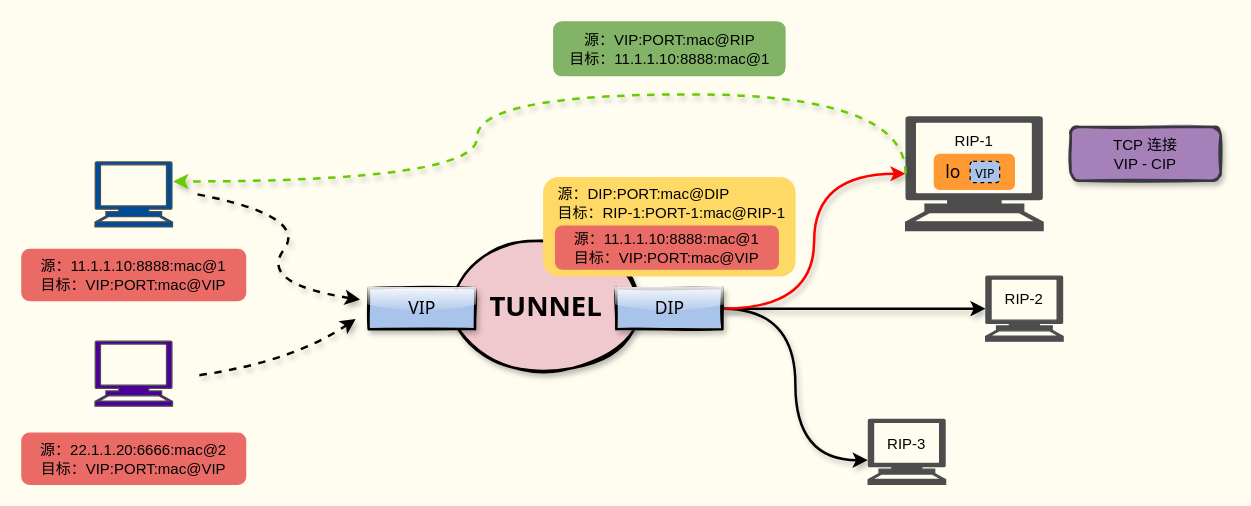
Earlier version of the draw.io diagram pictures/负载均衡/tunnel.drawio (boxtsecond/draw). Source tidied: cells renumbered, new cells numbered last; positions are measured from the earlier drawing's top-left corner, leaving out a move shared by most shapes. Both pictures are drawn from the tidied source at 125%, with x=0, y=0 at pixel (21, 21).
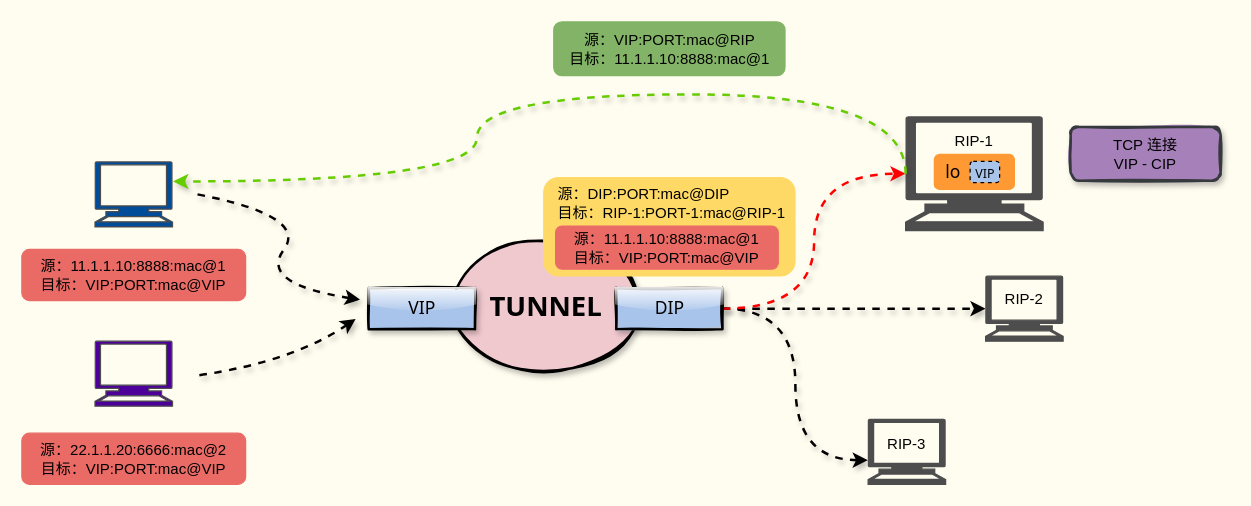
After the change.

Unchanged cells that the change refers to:
```xml
<mxCell id="11" value="DIP" style="rounded=0;whiteSpace=wrap;html=1;shadow=1;glass=1;sketch=1;strokeColor=#000000;strokeWidth=2;fontFamily=Tahoma;fontSize=14;fillStyle=solid;fillColor=#A9C4EB;" parent="1" vertex="1">
  <mxGeometry x="475.5" y="213" width="85" height="32.8" as="geometry" />
</mxCell>
<mxCell id="13" style="shape=mxgraph.signs.tech.computer;html=1;verticalLabelPosition=bottom;verticalAlign=top;align=center;labelBackgroundColor=none;fontColor=#ffffff;fillColor=#4D4D4D;strokeColor=#4D4D4D;" parent="1" vertex="1">
  <mxGeometry x="771" y="203.4" width="62" height="52" as="geometry" />
</mxCell>
<mxCell id="14" style="shape=mxgraph.signs.tech.computer;html=1;verticalLabelPosition=bottom;verticalAlign=top;align=center;labelBackgroundColor=none;fontColor=#ffffff;fillColor=#4D4D4D;strokeColor=#4D4D4D;" parent="1" vertex="1">
  <mxGeometry x="677" y="318" width="62" height="52" as="geometry" />
</mxCell>
<mxCell id="27" style="shape=mxgraph.signs.tech.computer;html=1;verticalLabelPosition=bottom;verticalAlign=top;align=center;labelBackgroundColor=none;fontColor=#ffffff;fillColor=#4D4D4D;strokeColor=#4D4D4D;" parent="23" vertex="1">
  <mxGeometry width="110" height="91" as="geometry" />
</mxCell>
```

The edit, as a diff of the source:
```diff
@@
-    <mxCell id="8" style="edgeStyle=orthogonalEdgeStyle;curved=1;sketch=0;jettySize=auto;html=1;exitX=1;exitY=0.5;exitDx=0;exitDy=0;entryX=-0.003;entryY=0.627;entryDx=0;entryDy=0;entryPerimeter=0;shadow=1;strokeWidth=2;" parent="1" edge="1" source="11" target="14">
+    <mxCell id="8" style="edgeStyle=orthogonalEdgeStyle;curved=1;sketch=0;jettySize=auto;html=1;exitX=1;exitY=0.5;exitDx=0;exitDy=0;entryX=-0.003;entryY=0.627;entryDx=0;entryDy=0;entryPerimeter=0;shadow=1;strokeWidth=2;dashed=1;" parent="1" edge="1" source="11" target="14">
       <mxGeometry relative="1" as="geometry" />
     </mxCell>
-    <mxCell id="9" style="edgeStyle=orthogonalEdgeStyle;curved=1;sketch=0;jettySize=auto;html=1;exitX=1;exitY=0.5;exitDx=0;exitDy=0;entryX=0;entryY=0.5;entryDx=0;entryDy=0;entryPerimeter=0;shadow=1;strokeWidth=2;" parent="1" edge="1" source="11" target="13">
+    <mxCell id="9" style="edgeStyle=orthogonalEdgeStyle;curved=1;sketch=0;jettySize=auto;html=1;exitX=1;exitY=0.5;exitDx=0;exitDy=0;entryX=0;entryY=0.5;entryDx=0;entryDy=0;entryPerimeter=0;shadow=1;strokeWidth=2;dashed=1;" parent="1" edge="1" source="11" target="13">
       <mxGeometry relative="1" as="geometry" />
     </mxCell>
-    <mxCell id="10" style="edgeStyle=orthogonalEdgeStyle;curved=1;sketch=0;jettySize=auto;html=1;exitX=1;exitY=0.5;exitDx=0;exitDy=0;entryX=0;entryY=0.5;entryDx=0;entryDy=0;entryPerimeter=0;shadow=1;strokeColor=#FF0000;strokeWidth=2;fontColor=#E6E6E6;" parent="1" edge="1" source="11" target="27">
+    <mxCell id="10" style="edgeStyle=orthogonalEdgeStyle;curved=1;sketch=0;jettySize=auto;html=1;exitX=1;exitY=0.5;exitDx=0;exitDy=0;entryX=0;entryY=0.5;entryDx=0;entryDy=0;entryPerimeter=0;shadow=1;strokeColor=#FF0000;strokeWidth=2;fontColor=#E6E6E6;dashed=1;" parent="1" edge="1" source="11" target="27">
       <mxGeometry relative="1" as="geometry" />
     </mxCell>
```
